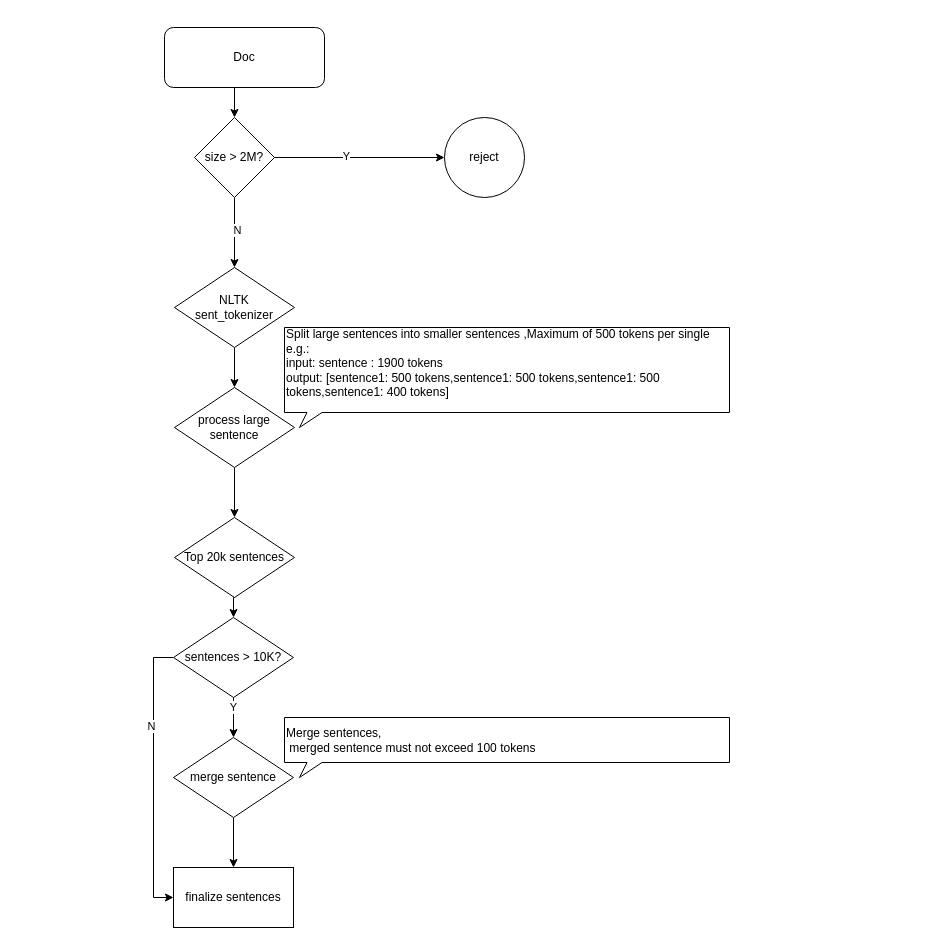
This is LLM/sentences.drawio from Ice-YcY/Diagram, a draw.io file, before an edit. Source tidied: cells renumbered, new cells numbered last; positions are measured from the earlier drawing's top-left corner, leaving out a move shared by most shapes. Both pictures are drawn from the tidied source at 100%, with x=0, y=0 at pixel (164, 27).
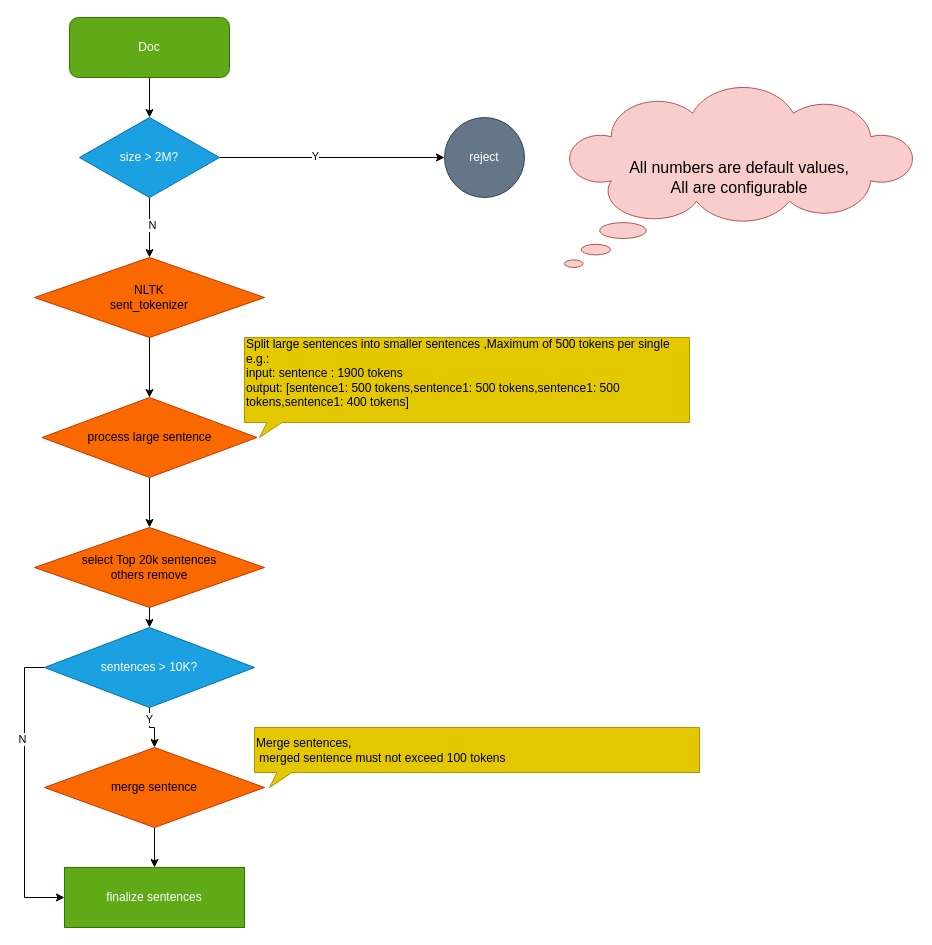
Above is the later version.

What changed in the source:
```diff
@@
-    <mxCell id="3" value="Doc" style="rounded=1;whiteSpace=wrap;html=1;" parent="1" vertex="1">
-      <mxGeometry width="160" height="60" as="geometry" />
+    <mxCell id="3" value="Doc" style="rounded=1;whiteSpace=wrap;html=1;fillColor=#60a917;fontColor=#ffffff;strokeColor=#2D7600;" parent="1" vertex="1">
+      <mxGeometry x="-95" y="-10" width="160" height="60" as="geometry" />
     </mxCell>
@@
-    <mxCell id="5" value="NLTK&lt;div&gt;sent_tokenizer&lt;/div&gt;" style="rhombus;whiteSpace=wrap;html=1;" parent="1" vertex="1">
-      <mxGeometry x="10" y="240" width="120" height="80" as="geometry" />
+    <mxCell id="5" value="NLTK&lt;div&gt;sent_tokenizer&lt;/div&gt;" style="rhombus;whiteSpace=wrap;html=1;fillColor=#fa6800;fontColor=#000000;strokeColor=#C73500;" parent="1" vertex="1">
+      <mxGeometry x="-130" y="230" width="230" height="80" as="geometry" />
     </mxCell>
@@
-    <mxCell id="10" value="size &amp;gt; 2M?" style="rhombus;whiteSpace=wrap;html=1;" parent="1" vertex="1">
-      <mxGeometry x="30" y="90" width="80" height="80" as="geometry" />
+    <mxCell id="10" value="size &amp;gt; 2M?" style="rhombus;whiteSpace=wrap;html=1;fillColor=#1ba1e2;fontColor=#ffffff;strokeColor=#006EAF;" parent="1" vertex="1">
+      <mxGeometry x="-85" y="90" width="140" height="80" as="geometry" />
     </mxCell>
-    <mxCell id="11" value="reject" style="ellipse;whiteSpace=wrap;html=1;" parent="1" vertex="1">
+    <mxCell id="11" value="reject" style="ellipse;whiteSpace=wrap;html=1;fillColor=#647687;fontColor=#ffffff;strokeColor=#314354;" parent="1" vertex="1">
       <mxGeometry x="280" y="90" width="80" height="80" as="geometry" />
     </mxCell>
@@
-    <mxCell id="13" value="process large sentence" style="rhombus;whiteSpace=wrap;html=1;" parent="1" vertex="1">
-      <mxGeometry x="10" y="360" width="120" height="80" as="geometry" />
+    <mxCell id="13" value="process large sentence" style="rhombus;whiteSpace=wrap;html=1;fillColor=#fa6800;fontColor=#000000;strokeColor=#C73500;" parent="1" vertex="1">
+      <mxGeometry x="-122.5" y="370" width="215" height="80" as="geometry" />
     </mxCell>
-    <mxCell id="14" value="&lt;div&gt;Split large sentences into smaller sentences ,&lt;span style=&quot;background-color: initial;&quot;&gt;Maximum of 500 tokens per single&lt;/span&gt;&lt;/div&gt;&lt;div&gt;e.g.:&amp;nbsp;&lt;/div&gt;&lt;div&gt;&lt;span style=&quot;background-color: initial;&quot;&gt;input: sentence : 1900 tokens&lt;/span&gt;&lt;/div&gt;&lt;div&gt;output: [sentence1: 500 tokens,&lt;span style=&quot;background-color: initial;&quot;&gt;sentence1: 500 tokens,&lt;/span&gt;&lt;span style=&quot;background-color: initial;&quot;&gt;sentence1: 500 tokens,&lt;/span&gt;&lt;span style=&quot;background-color: initial;&quot;&gt;sentence1: 400 tokens&lt;/span&gt;&lt;span style=&quot;background-color: initial;&quot;&gt;]&lt;/span&gt;&lt;/div&gt;&lt;div&gt;&lt;br&gt;&lt;/div&gt;" style="whiteSpace=wrap;html=1;shape=mxgraph.basic.rectCallout;dx=30;dy=15;boundedLbl=1;align=left;" parent="1" vertex="1">
-      <mxGeometry x="120" y="300" width="445" height="100" as="geometry" />
+    <mxCell id="14" value="&lt;div&gt;Split large sentences into smaller sentences ,&lt;span style=&quot;background-color: initial;&quot;&gt;Maximum of 500 tokens per single&lt;/span&gt;&lt;/div&gt;&lt;div&gt;e.g.:&amp;nbsp;&lt;/div&gt;&lt;div&gt;&lt;span style=&quot;background-color: initial;&quot;&gt;input: sentence : 1900 tokens&lt;/span&gt;&lt;/div&gt;&lt;div&gt;output: [sentence1: 500 tokens,&lt;span style=&quot;background-color: initial;&quot;&gt;sentence1: 500 tokens,&lt;/span&gt;&lt;span style=&quot;background-color: initial;&quot;&gt;sentence1: 500 tokens,&lt;/span&gt;&lt;span style=&quot;background-color: initial;&quot;&gt;sentence1: 400 tokens&lt;/span&gt;&lt;span style=&quot;background-color: initial;&quot;&gt;]&lt;/span&gt;&lt;/div&gt;&lt;div&gt;&lt;br&gt;&lt;/div&gt;" style="whiteSpace=wrap;html=1;shape=mxgraph.basic.rectCallout;dx=30;dy=15;boundedLbl=1;align=left;fillColor=#e3c800;fontColor=#000000;strokeColor=#B09500;" parent="1" vertex="1">
+      <mxGeometry x="80" y="310" width="445" height="100" as="geometry" />
     </mxCell>
@@
-    <mxCell id="16" value="Top 20k sentences" style="rhombus;whiteSpace=wrap;html=1;" parent="1" vertex="1">
-      <mxGeometry x="10" y="490" width="120" height="80" as="geometry" />
+    <mxCell id="16" value="select Top 20k sentences&lt;div&gt;others remove&lt;/div&gt;" style="rhombus;whiteSpace=wrap;html=1;fillColor=#fa6800;fontColor=#000000;strokeColor=#C73500;" parent="1" vertex="1">
+      <mxGeometry x="-130" y="500" width="230" height="80" as="geometry" />
     </mxCell>
@@
-    <mxCell id="21" value="sentences &amp;gt; 10K?" style="rhombus;whiteSpace=wrap;html=1;" parent="1" vertex="1">
-      <mxGeometry x="9" y="590" width="120" height="80" as="geometry" />
+    <mxCell id="21" value="sentences &amp;gt; 10K?" style="rhombus;whiteSpace=wrap;html=1;fillColor=#1ba1e2;fontColor=#ffffff;strokeColor=#006EAF;" parent="1" vertex="1">
+      <mxGeometry x="-120" y="600" width="210" height="80" as="geometry" />
     </mxCell>
@@
-    <mxCell id="23" value="merge sentence" style="rhombus;whiteSpace=wrap;html=1;" parent="1" vertex="1">
-      <mxGeometry x="9" y="710" width="120" height="80" as="geometry" />
+    <mxCell id="23" value="merge sentence" style="rhombus;whiteSpace=wrap;html=1;fillColor=#fa6800;fontColor=#000000;strokeColor=#C73500;" parent="1" vertex="1">
+      <mxGeometry x="-120" y="720" width="220" height="80" as="geometry" />
     </mxCell>
-    <mxCell id="24" value="&lt;div&gt;Merge sentences,&amp;nbsp;&lt;/div&gt;&lt;div&gt;&amp;nbsp;merged sentence must not exceed 100 tokens&lt;br&gt;&lt;/div&gt;" style="whiteSpace=wrap;html=1;shape=mxgraph.basic.rectCallout;dx=30;dy=15;boundedLbl=1;align=left;" parent="1" vertex="1">
-      <mxGeometry x="120" y="690" width="445" height="60" as="geometry" />
+    <mxCell id="24" value="&lt;div&gt;Merge sentences,&amp;nbsp;&lt;/div&gt;&lt;div&gt;&amp;nbsp;merged sentence must not exceed 100 tokens&lt;br&gt;&lt;/div&gt;" style="whiteSpace=wrap;html=1;shape=mxgraph.basic.rectCallout;dx=30;dy=15;boundedLbl=1;align=left;fillColor=#e3c800;fontColor=#000000;strokeColor=#B09500;" parent="1" vertex="1">
+      <mxGeometry x="90" y="700" width="445" height="60" as="geometry" />
     </mxCell>
-    <mxCell id="25" value="finalize sentences" style="rounded=0;whiteSpace=wrap;html=1;" parent="1" vertex="1">
-      <mxGeometry x="9" y="840" width="120" height="60" as="geometry" />
+    <mxCell id="25" value="finalize sentences" style="rounded=0;whiteSpace=wrap;html=1;fillColor=#60a917;fontColor=#ffffff;strokeColor=#2D7600;" parent="1" vertex="1">
+      <mxGeometry x="-100" y="840" width="180" height="60" as="geometry" />
     </mxCell>
+    <mxCell id="26" value="&lt;div style=&quot;font-size: 16px;&quot;&gt;All numbers are default values,&lt;/div&gt;&lt;div style=&quot;font-size: 16px;&quot;&gt;All are configurable&lt;/div&gt;" style="whiteSpace=wrap;html=1;shape=mxgraph.basic.cloud_callout;fontSize=16;fillColor=#f8cecc;strokeColor=#b85450;" parent="1" vertex="1">
+      <mxGeometry x="400" y="60" width="350" height="180" as="geometry" />
+    </mxCell>
```
